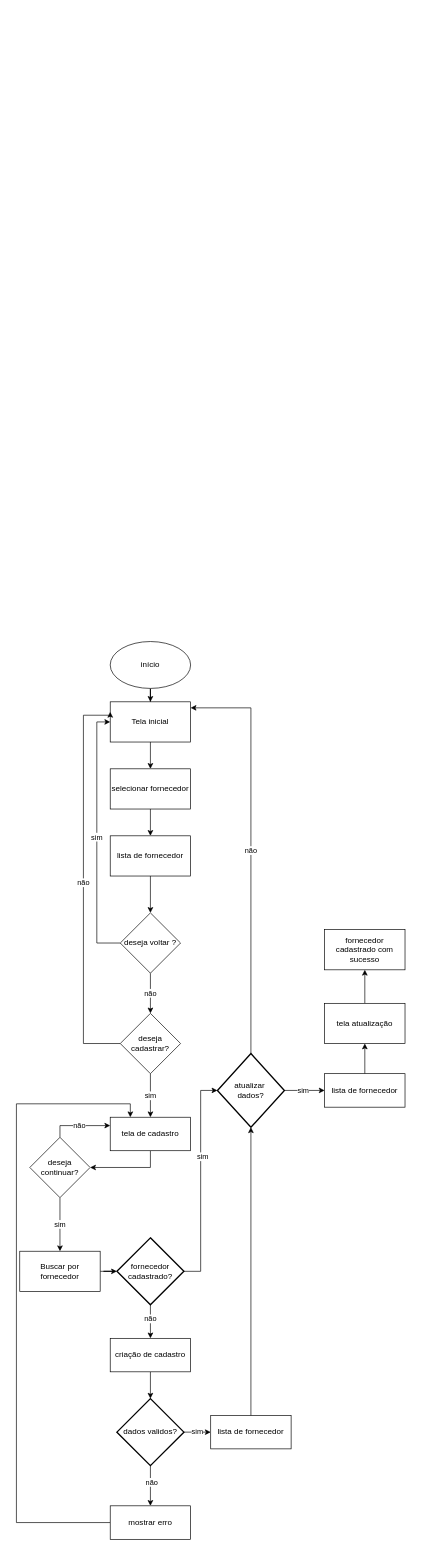
This is doc/fluxograma3.drawio from Marigodoy26/EquipeK, a draw.io file, before an edit. Source tidied: cells renumbered, new cells numbered last; positions are measured from the earlier drawing's top-left corner, leaving out a move shared by most shapes. Both pictures are drawn from the tidied source at 67%, with x=0, y=0 at pixel (16, 641).
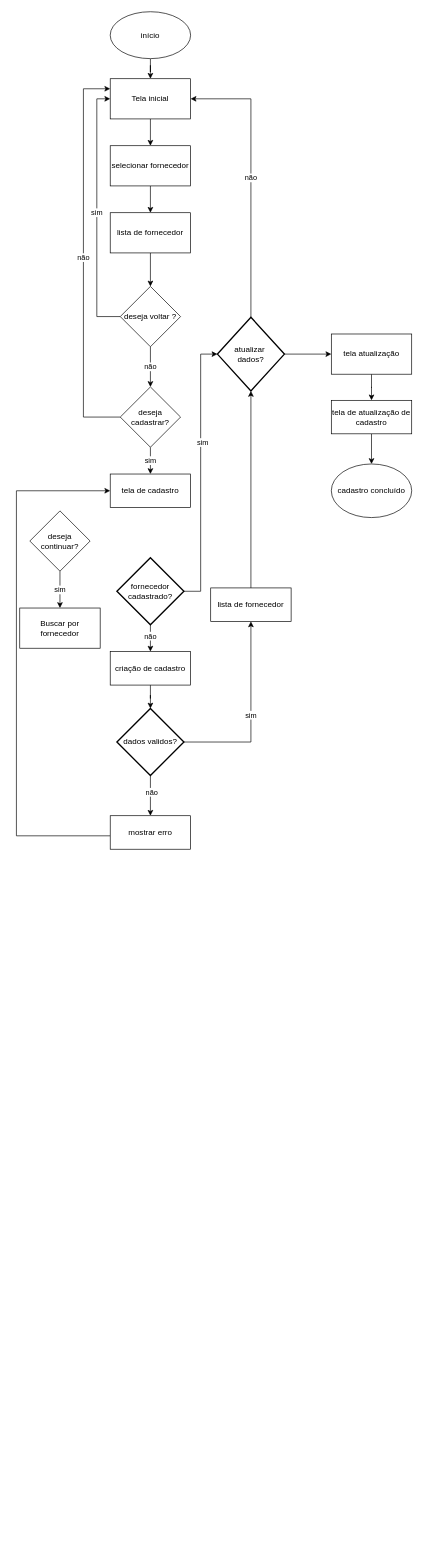
The same page after the edit.

What changed in the source:
```diff
@@
     <mxCell id="3" value="início" style="ellipse;whiteSpace=wrap;html=1;" parent="1" vertex="1">
-      <mxGeometry x="140" width="120" height="70" as="geometry" />
+      <mxGeometry x="140" y="-940" width="120" height="70" as="geometry" />
     </mxCell>
@@
     <mxCell id="5" value="criação de cadastro" style="rounded=0;whiteSpace=wrap;html=1;" parent="1" vertex="1">
-      <mxGeometry x="140" y="1040" width="120" height="50" as="geometry" />
+      <mxGeometry x="140" y="15" width="120" height="50" as="geometry" />
     </mxCell>
@@
     <mxCell id="9" value="dados validos?" style="strokeWidth=2;html=1;shape=mxgraph.flowchart.decision;whiteSpace=wrap;" parent="1" vertex="1">
-      <mxGeometry x="150" y="1130" width="100" height="100" as="geometry" />
+      <mxGeometry x="150" y="100" width="100" height="100" as="geometry" />
     </mxCell>
-    <mxCell id="10" style="edgeStyle=orthogonalEdgeStyle;rounded=0;jettySize=auto;html=1;entryX=0.25;entryY=0;entryDx=0;entryDy=0;" parent="1" edge="1" source="11" target="37">
+    <mxCell id="10" style="edgeStyle=orthogonalEdgeStyle;rounded=0;jettySize=auto;html=1;entryX=0;entryY=0.5;entryDx=0;entryDy=0;" parent="1" edge="1" source="11" target="37">
       <mxGeometry relative="1" as="geometry">
         <Array as="points">
-          <mxPoint y="1315" />
-          <mxPoint y="690" />
-          <mxPoint x="170" y="690" />
+          <mxPoint y="290" />
+          <mxPoint y="-225" />
         </Array>
       </mxGeometry>
     </mxCell>
     <mxCell id="11" value="mostrar erro" style="rounded=0;whiteSpace=wrap;html=1;" parent="1" vertex="1">
-      <mxGeometry x="140" y="1290" width="120" height="50" as="geometry" />
+      <mxGeometry x="140" y="260" width="120" height="50" as="geometry" />
     </mxCell>
-    <mxCell id="12" style="edgeStyle=orthogonalEdgeStyle;rounded=0;jettySize=auto;html=1;" parent="1" edge="1" source="14" target="16">
-      <mxGeometry relative="1" as="geometry" />
-    </mxCell>
-    <mxCell id="13" value="sim" style="edgeLabel;html=1;align=center;verticalAlign=middle;" parent="12" vertex="1">
-      <mxGeometry x="-0.1" y="1" relative="1" as="geometry" />
-    </mxCell>
+    <mxCell id="35" value="não" style="edgeStyle=orthogonalEdgeStyle;rounded=0;jettySize=auto;html=1;entryX=1;entryY=0.5;entryDx=0;entryDy=0;" parent="1" edge="1" source="14" target="18">
+      <mxGeometry relative="1" as="geometry">
+        <Array as="points">
+          <mxPoint x="350" y="-810" />
+        </Array>
+      </mxGeometry>
+    </mxCell>
+    <mxCell id="47" style="edgeStyle=orthogonalEdgeStyle;rounded=0;jettySize=auto;html=1;" parent="1" edge="1" source="14" target="25">
+      <mxGeometry relative="1" as="geometry" />
+    </mxCell>
     <mxCell id="14" value="atualizar&amp;nbsp;&lt;div&gt;dados?&lt;/div&gt;" style="strokeWidth=2;html=1;shape=mxgraph.flowchart.decision;whiteSpace=wrap;" parent="1" vertex="1">
-      <mxGeometry x="300" y="615" width="100" height="110" as="geometry" />
+      <mxGeometry x="300" y="-484" width="100" height="110" as="geometry" />
     </mxCell>
-    <mxCell id="15" style="edgeStyle=orthogonalEdgeStyle;rounded=0;jettySize=auto;html=1;" parent="1" edge="1" source="16" target="25">
-      <mxGeometry relative="1" as="geometry" />
-    </mxCell>
+    <mxCell id="48" style="edgeStyle=orthogonalEdgeStyle;rounded=0;jettySize=auto;html=1;" parent="1" edge="1" source="16" target="50">
+      <mxGeometry relative="1" as="geometry" />
+    </mxCell>
-    <mxCell id="16" value="lista de fornecedor" style="rounded=0;whiteSpace=wrap;html=1;" parent="1" vertex="1">
-      <mxGeometry x="460" y="645" width="120" height="50" as="geometry" />
+    <mxCell id="16" value="tela de atualização de cadastro" style="rounded=0;whiteSpace=wrap;html=1;" parent="1" vertex="1">
+      <mxGeometry x="470" y="-360" width="120" height="50" as="geometry" />
     </mxCell>
@@
     <mxCell id="18" value="Tela inicial" style="rounded=0;whiteSpace=wrap;html=1;" parent="1" vertex="1">
-      <mxGeometry x="140" y="90" width="120" height="60" as="geometry" />
+      <mxGeometry x="140" y="-840" width="120" height="60" as="geometry" />
     </mxCell>
-    <mxCell id="19" style="edgeStyle=orthogonalEdgeStyle;rounded=0;jettySize=auto;html=1;" parent="1" edge="1" source="20" target="23">
-      <mxGeometry relative="1" as="geometry" />
-    </mxCell>
     <mxCell id="20" value="Buscar por fornecedor" style="rounded=0;whiteSpace=wrap;html=1;" parent="1" vertex="1">
-      <mxGeometry x="5" y="910" width="120" height="60" as="geometry" />
+      <mxGeometry x="5" y="-50" width="120" height="60" as="geometry" />
     </mxCell>
@@
     <mxCell id="23" value="fornecedor cadastrado?" style="strokeWidth=2;html=1;shape=mxgraph.flowchart.decision;whiteSpace=wrap;" parent="1" vertex="1">
-      <mxGeometry x="150" y="890" width="100" height="100" as="geometry" />
+      <mxGeometry x="150" y="-125" width="100" height="100" as="geometry" />
     </mxCell>
-    <mxCell id="24" style="edgeStyle=orthogonalEdgeStyle;rounded=0;jettySize=auto;html=1;" parent="1" edge="1" source="25" target="46">
-      <mxGeometry relative="1" as="geometry" />
-    </mxCell>
+    <mxCell id="49" style="edgeStyle=orthogonalEdgeStyle;rounded=0;jettySize=auto;html=1;" parent="1" edge="1" source="25" target="16">
+      <mxGeometry relative="1" as="geometry" />
+    </mxCell>
     <mxCell id="25" value="tela atualização" style="rounded=0;whiteSpace=wrap;html=1;" parent="1" vertex="1">
-      <mxGeometry x="460" y="540" width="120" height="60" as="geometry" />
+      <mxGeometry x="470" y="-459" width="120" height="60" as="geometry" />
     </mxCell>
     <mxCell id="26" value="sim" style="edgeStyle=orthogonalEdgeStyle;rounded=0;jettySize=auto;html=1;entryX=0;entryY=0.5;entryDx=0;entryDy=0;" parent="1" edge="1" source="28" target="18">
       <mxGeometry relative="1" as="geometry">
         <Array as="points">
-          <mxPoint x="120" y="450" />
-          <mxPoint x="120" y="120" />
+          <mxPoint x="120" y="-485" />
+          <mxPoint x="120" y="-810" />
         </Array>
       </mxGeometry>
     </mxCell>
@@
     <mxCell id="28" value="deseja voltar ?" style="rhombus;whiteSpace=wrap;html=1;" parent="1" vertex="1">
-      <mxGeometry x="155" y="405" width="90" height="90" as="geometry" />
+      <mxGeometry x="155" y="-530" width="90" height="90" as="geometry" />
     </mxCell>
@@
     <mxCell id="30" value="não" style="edgeStyle=orthogonalEdgeStyle;rounded=0;jettySize=auto;html=1;entryX=0;entryY=0.25;entryDx=0;entryDy=0;" parent="1" edge="1" source="31" target="18">
       <mxGeometry relative="1" as="geometry">
         <Array as="points">
-          <mxPoint x="100" y="600" />
-          <mxPoint x="100" y="110" />
-          <mxPoint x="140" y="110" />
+          <mxPoint x="100" y="-335" />
+          <mxPoint x="100" y="-825" />
         </Array>
       </mxGeometry>
     </mxCell>
     <mxCell id="31" value="deseja cadastrar?" style="rhombus;whiteSpace=wrap;html=1;" parent="1" vertex="1">
-      <mxGeometry x="155" y="555" width="90" height="90" as="geometry" />
+      <mxGeometry x="155" y="-380" width="90" height="90" as="geometry" />
     </mxCell>
@@
-    <mxCell id="33" value="não" style="edgeStyle=orthogonalEdgeStyle;rounded=0;jettySize=auto;html=1;entryX=0;entryY=0.25;entryDx=0;entryDy=0;" parent="1" edge="1" source="34" target="37">
-      <mxGeometry relative="1" as="geometry">
-        <Array as="points">
-          <mxPoint x="65" y="723" />
-        </Array>
-      </mxGeometry>
-    </mxCell>
     <mxCell id="34" value="deseja continuar?" style="rhombus;whiteSpace=wrap;html=1;" parent="1" vertex="1">
-      <mxGeometry x="20" y="740" width="90" height="90" as="geometry" />
+      <mxGeometry x="20" y="-195" width="90" height="90" as="geometry" />
     </mxCell>
-    <mxCell id="35" value="não" style="edgeStyle=orthogonalEdgeStyle;rounded=0;jettySize=auto;html=1;entryX=1;entryY=0.15;entryDx=0;entryDy=0;entryPerimeter=0;" parent="1" edge="1" source="14" target="18">
-      <mxGeometry relative="1" as="geometry">
-        <Array as="points">
-          <mxPoint x="350" y="99" />
-        </Array>
-      </mxGeometry>
-    </mxCell>
-    <mxCell id="36" style="edgeStyle=orthogonalEdgeStyle;rounded=0;jettySize=auto;html=1;entryX=1;entryY=0.5;entryDx=0;entryDy=0;" parent="1" edge="1" source="37" target="34">
-      <mxGeometry relative="1" as="geometry">
-        <Array as="points">
-          <mxPoint x="200" y="785" />
-        </Array>
-      </mxGeometry>
-    </mxCell>
     <mxCell id="37" value="tela de cadastro" style="rounded=0;whiteSpace=wrap;html=1;" parent="1" vertex="1">
-      <mxGeometry x="140" y="710" width="120" height="50" as="geometry" />
+      <mxGeometry x="140" y="-250" width="120" height="50" as="geometry" />
     </mxCell>
@@
     <mxCell id="39" value="selecionar fornecedor" style="rounded=0;whiteSpace=wrap;html=1;" parent="1" vertex="1">
-      <mxGeometry x="140" y="190" width="120" height="60" as="geometry" />
+      <mxGeometry x="140" y="-740" width="120" height="60" as="geometry" />
     </mxCell>
@@
     <mxCell id="41" value="lista de fornecedor" style="rounded=0;whiteSpace=wrap;html=1;" parent="1" vertex="1">
-      <mxGeometry x="140" y="290" width="120" height="60" as="geometry" />
+      <mxGeometry x="140" y="-640" width="120" height="60" as="geometry" />
     </mxCell>
     <mxCell id="42" value="lista de fornecedor" style="rounded=0;whiteSpace=wrap;html=1;" parent="1" vertex="1">
-      <mxGeometry x="290" y="1155" width="120" height="50" as="geometry" />
+      <mxGeometry x="290" y="-80" width="120" height="50" as="geometry" />
     </mxCell>
@@
-    <mxCell id="46" value="fornecedor cadastrado com sucesso" style="whiteSpace=wrap;html=1;rounded=0;" parent="1" vertex="1">
-      <mxGeometry x="460" y="430" width="120" height="60" as="geometry" />
-    </mxCell>
+    <mxCell id="50" value="cadastro concluído" style="ellipse;whiteSpace=wrap;html=1;" parent="1" vertex="1">
+      <mxGeometry x="470" y="-265" width="120" height="80" as="geometry" />
+    </mxCell>
```
